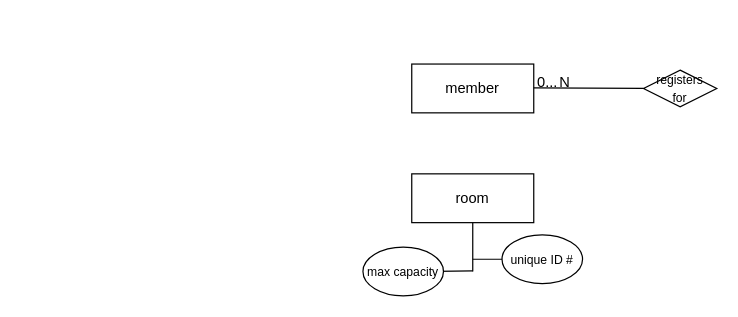
The draw.io diagram gym senario.drawio in victoriapuck15/ERdiagrams-, before the edit. Source tidied: cells renumbered, new cells numbered last; positions are measured from the earlier drawing's top-left corner, leaving out a move shared by most shapes. Both pictures are drawn from the tidied source at 122%, with x=0, y=0 at pixel (362, 63).
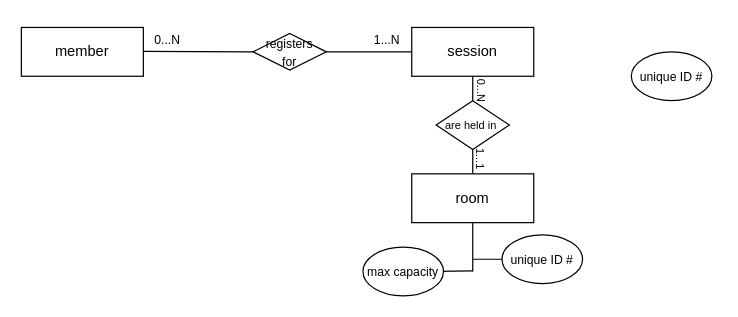
Above is the later version.

Unchanged cells that the change refers to:
```xml
<mxCell id="7" value="room" style="rounded=0;whiteSpace=wrap;html=1;" parent="1" vertex="1">
  <mxGeometry x="40" y="90" width="100" height="40" as="geometry" />
</mxCell>
```

Diff of the diagram source:
```diff
@@
     <mxCell id="2" value="member" style="rounded=0;whiteSpace=wrap;html=1;" parent="1" vertex="1">
-      <mxGeometry x="40" width="100" height="40" as="geometry" />
+      <mxGeometry x="-280" y="-30" width="100" height="40" as="geometry" />
     </mxCell>
     <mxCell id="3" style="endArrow=none;html=1;rounded=0;entryX=0;entryY=0.5;entryDx=0;entryDy=0;" parent="1" edge="1" target="6">
       <mxGeometry relative="1" as="geometry">
-        <mxPoint x="140" y="19.6" as="sourcePoint" />
+        <mxPoint x="-180" y="-10.4" as="sourcePoint" />
       </mxGeometry>
     </mxCell>
-    <mxCell id="4" value="N" style="html=1;align=right;verticalAlign=bottom;" parent="3" vertex="1">
-      <mxGeometry x="1" relative="1" as="geometry">
-        <mxPoint x="-60" y="3" as="offset" />
-      </mxGeometry>
-    </mxCell>
-    <mxCell id="5" value="0..." style="text;html=1;align=center;verticalAlign=middle;strokeColor=none;fillColor=none;" parent="1" vertex="1">
-      <mxGeometry x="136" y="5" width="30" height="20" as="geometry" />
-    </mxCell>
     <mxCell id="6" value="&lt;font style=&quot;font-size: 10px&quot;&gt;registers&lt;br&gt;&amp;nbsp;for&amp;nbsp;&lt;/font&gt;" style="shape=rhombus;perimeter=rhombusPerimeter;whiteSpace=wrap;html=1;align=center;" parent="1" vertex="1">
-      <mxGeometry x="230" y="5" width="60" height="30" as="geometry" />
+      <mxGeometry x="-90" y="-25" width="60" height="30" as="geometry" />
     </mxCell>
@@
+    <mxCell id="13" value="session" style="rounded=0;whiteSpace=wrap;html=1;" parent="1" vertex="1">
+      <mxGeometry x="40" y="-30" width="100" height="40" as="geometry" />
+    </mxCell>
+    <mxCell id="14" value="0...N" style="text;html=1;strokeColor=none;fillColor=none;align=center;verticalAlign=middle;whiteSpace=wrap;rounded=0;fontSize=10;" parent="1" vertex="1">
+      <mxGeometry x="-190" y="-35" width="60" height="30" as="geometry" />
+    </mxCell>
+    <mxCell id="15" style="endArrow=none;html=1;rounded=0;fontSize=10;exitX=1;exitY=0.5;exitDx=0;exitDy=0;entryX=0;entryY=0.5;entryDx=0;entryDy=0;" parent="1" edge="1" source="6" target="13">
+      <mxGeometry relative="1" as="geometry" />
+    </mxCell>
+    <mxCell id="16" value="1...N" style="text;html=1;strokeColor=none;fillColor=none;align=center;verticalAlign=middle;whiteSpace=wrap;rounded=0;fontSize=10;" parent="1" vertex="1">
+      <mxGeometry x="-10" y="-35" width="60" height="30" as="geometry" />
+    </mxCell>
+    <mxCell id="17" value="unique ID #" style="ellipse;whiteSpace=wrap;html=1;align=center;fontSize=10;" parent="1" vertex="1">
+      <mxGeometry x="220" y="-10" width="66" height="40" as="geometry" />
+    </mxCell>
+    <mxCell id="18" style="endArrow=none;html=1;rounded=0;fontSize=10;entryX=0.5;entryY=1;entryDx=0;entryDy=0;startArrow=none;" parent="1" edge="1" source="20" target="13">
+      <mxGeometry relative="1" as="geometry" />
+    </mxCell>
+    <mxCell id="19" style="endArrow=none;html=1;rounded=0;fontSize=10;entryX=0.5;entryY=1;entryDx=0;entryDy=0;" parent="1" edge="1" target="20">
+      <mxGeometry relative="1" as="geometry">
+        <mxPoint x="90" y="50" as="sourcePoint" />
+      </mxGeometry>
+    </mxCell>
+    <mxCell id="20" value="&lt;font style=&quot;font-size: 9px&quot;&gt;are held in&amp;nbsp;&lt;/font&gt;" style="rhombus;whiteSpace=wrap;html=1;fontSize=10;" parent="1" vertex="1">
+      <mxGeometry x="60" y="30" width="60" height="40" as="geometry" />
+    </mxCell>
+    <mxCell id="21" style="endArrow=none;html=1;rounded=0;fontSize=10;entryX=0.5;entryY=1;entryDx=0;entryDy=0;startArrow=none;exitX=0.5;exitY=0;exitDx=0;exitDy=0;" parent="1" edge="1" source="7" target="20">
+      <mxGeometry relative="1" as="geometry" />
+    </mxCell>
+    <mxCell id="22" value="1...1" style="text;html=1;strokeColor=none;fillColor=none;align=center;verticalAlign=middle;whiteSpace=wrap;rounded=0;fontSize=9;rotation=90;" parent="1" vertex="1">
+      <mxGeometry x="66" y="63" width="60" height="30" as="geometry" />
+    </mxCell>
+    <mxCell id="23" value="0...N" style="text;html=1;strokeColor=none;fillColor=none;align=center;verticalAlign=middle;whiteSpace=wrap;rounded=0;fontSize=9;rotation=90;" parent="1" vertex="1">
+      <mxGeometry x="67" y="7" width="60" height="30" as="geometry" />
+    </mxCell>
```
